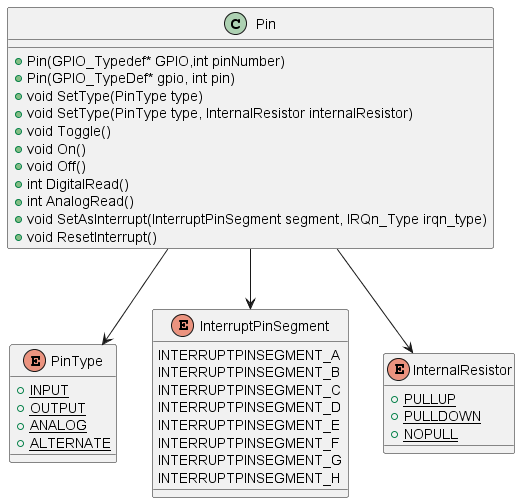
Earlier version of the PlantUML export Embedded Systems/GPIO - Challenge/out/Design/Class Diagram.png (NathanThus/Technology-Semester-3). Source of this version:
```plantuml
@startuml Class Diagram

Class Pin{

    {Method} + Pin(GPIO_Typedef* GPIO,int pinNumber)
    {Method} + Pin(GPIO_TypeDef* gpio, int pin)
    {Method} + void SetType(PinType type)
    {Method} + void SetType(PinType type, InternalResistor internalResistor)
    {Method} + void Toggle()
    {Method} + void On()
    {Method} + void Off()
    {Method} + int DigitalRead()
    {Method} + int AnalogRead()
    {Method} + void SetAsInterrupt(InterruptPinSegment segment, IRQn_Type irqn_type)
    {Method} + void ResetInterrupt()
}

enum PinType{
    {static} + INPUT
    {static} + OUTPUT
    {static} + ANALOG
    {static} + ALTERNATE
}

enum InterruptPinSegment
{
    INTERRUPTPINSEGMENT_A
    INTERRUPTPINSEGMENT_B
    INTERRUPTPINSEGMENT_C
    INTERRUPTPINSEGMENT_D
    INTERRUPTPINSEGMENT_E
    INTERRUPTPINSEGMENT_F
    INTERRUPTPINSEGMENT_G
    INTERRUPTPINSEGMENT_H
}

enum InternalResistor
{
    {static} + PULLUP
    {static} + PULLDOWN
    {static} + NOPULL
}

Pin --> InternalResistor
Pin --> PinType
Pin --> InterruptPinSegment
@enduml
```
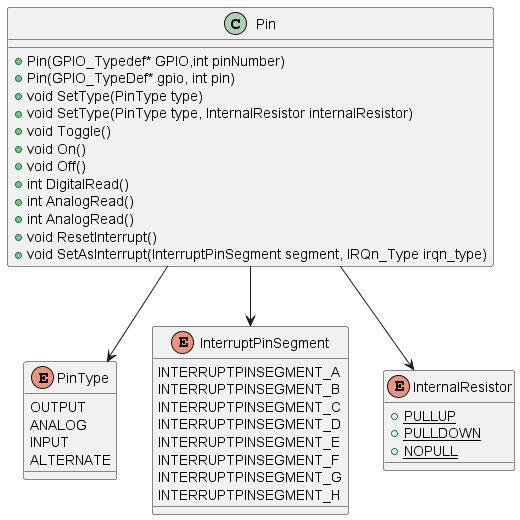
After the commit.

What changed in the source:
```diff
@@ -1,7 +1,7 @@
 @startuml Class Diagram
 
-Class Pin{
-
+Class Pin
+{
     {Method} + Pin(GPIO_Typedef* GPIO,int pinNumber)
     {Method} + Pin(GPIO_TypeDef* gpio, int pin)
     {Method} + void SetType(PinType type)
@@ -11,15 +11,16 @@
     {Method} + void Off()
     {Method} + int DigitalRead()
     {Method} + int AnalogRead()
+    {Method} + int AnalogRead()
+    {Method} + void ResetInterrupt()
     {Method} + void SetAsInterrupt(InterruptPinSegment segment, IRQn_Type irqn_type)
-    {Method} + void ResetInterrupt()
 }
 
 enum PinType{
-    {static} + INPUT
-    {static} + OUTPUT
-    {static} + ANALOG
-    {static} + ALTERNATE
+    OUTPUT
+    ANALOG
+    INPUT
+    ALTERNATE
 }
 
 enum InterruptPinSegment
```
